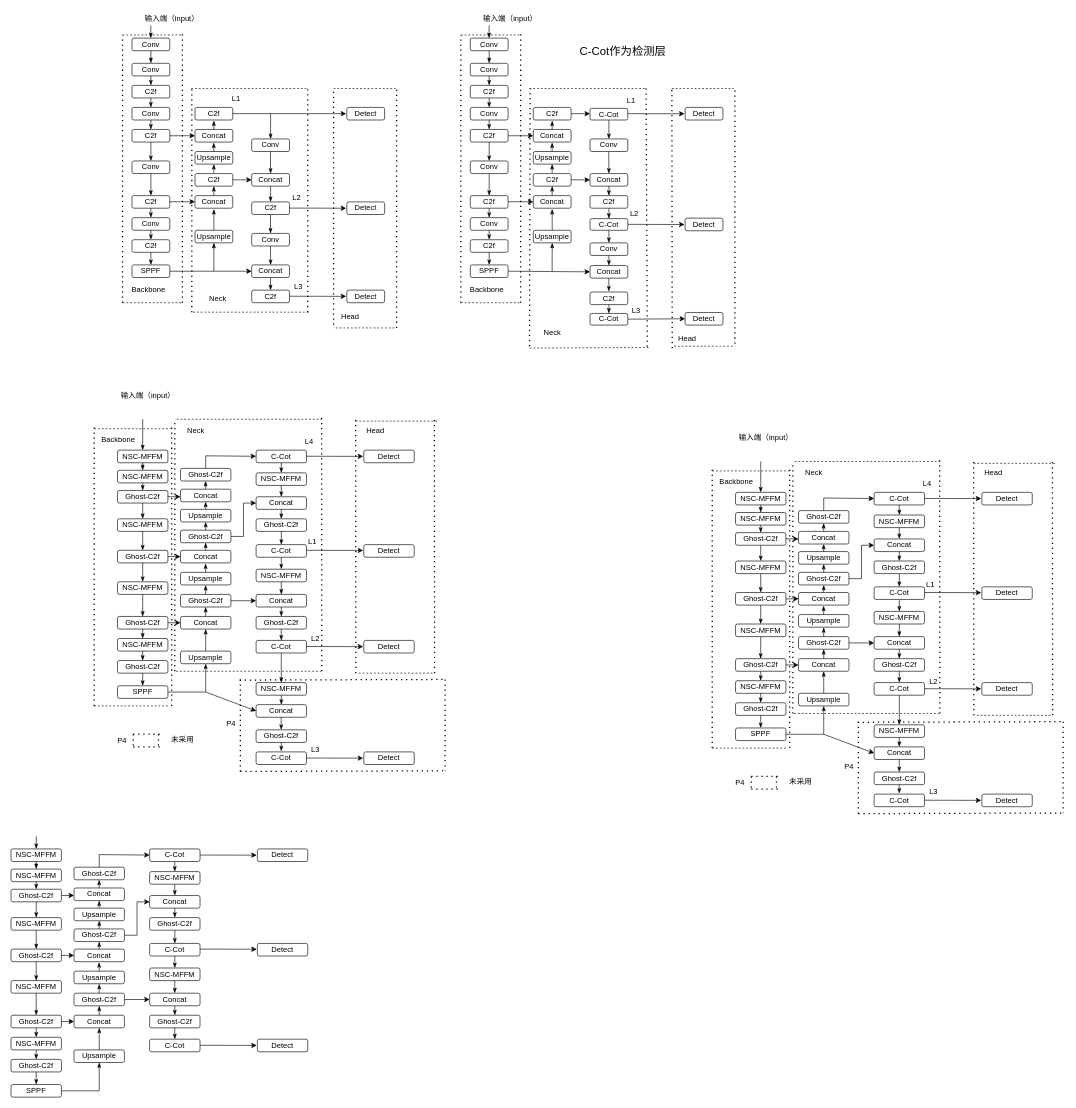
The draw.io diagram nscot_yolo.drawio in recluse99/tcp_ip, before the edit. Source tidied: cells renumbered, new cells numbered last; positions are measured from the earlier drawing's top-left corner, leaving out a move shared by most shapes. Both pictures are drawn from the tidied source at 63%, with x=0, y=0 at pixel (11, 11).
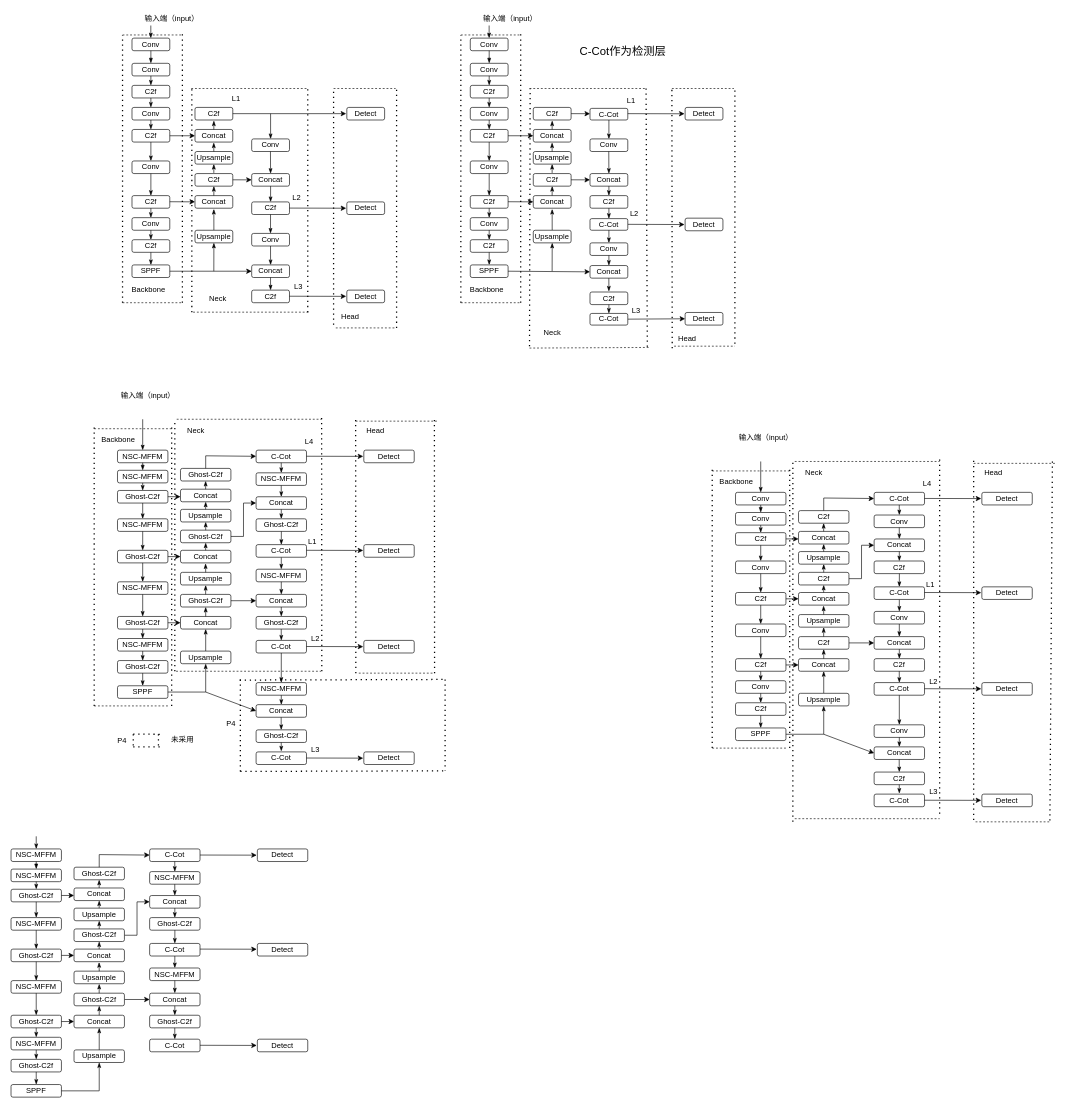
The same page after the edit.

Change to the diagram source:
```diff
@@
-    <mxCell id="334" value="NSC-MFFM" style="rounded=1;whiteSpace=wrap;html=1;" parent="1" vertex="1">
+    <mxCell id="334" value="Conv" style="rounded=1;whiteSpace=wrap;html=1;" parent="1" vertex="1">
       <mxGeometry x="1150" y="764" width="80" height="20" as="geometry" />
     </mxCell>
@@
-    <mxCell id="336" value="NSC-MFFM" style="rounded=1;whiteSpace=wrap;html=1;" parent="1" vertex="1">
+    <mxCell id="336" value="Conv" style="rounded=1;whiteSpace=wrap;html=1;" parent="1" vertex="1">
       <mxGeometry x="1150" y="796" width="80" height="20" as="geometry" />
     </mxCell>
@@
-    <mxCell id="338" value="Ghost-C2f" style="rounded=1;whiteSpace=wrap;html=1;" parent="1" vertex="1">
+    <mxCell id="338" value="C2f" style="rounded=1;whiteSpace=wrap;html=1;" parent="1" vertex="1">
       <mxGeometry x="1150" y="828" width="80" height="20" as="geometry" />
     </mxCell>
@@
-    <mxCell id="342" value="NSC-MFFM" style="rounded=1;whiteSpace=wrap;html=1;" parent="1" vertex="1">
+    <mxCell id="342" value="Conv" style="rounded=1;whiteSpace=wrap;html=1;" parent="1" vertex="1">
       <mxGeometry x="1150" y="873" width="80" height="20" as="geometry" />
     </mxCell>
@@
-    <mxCell id="344" value="Ghost-C2f" style="rounded=1;whiteSpace=wrap;html=1;" parent="1" vertex="1">
+    <mxCell id="344" value="C2f" style="rounded=1;whiteSpace=wrap;html=1;" parent="1" vertex="1">
       <mxGeometry x="1150" y="923" width="80" height="20" as="geometry" />
     </mxCell>
@@
-    <mxCell id="346" value="NSC-MFFM" style="rounded=1;whiteSpace=wrap;html=1;" parent="1" vertex="1">
+    <mxCell id="346" value="Conv" style="rounded=1;whiteSpace=wrap;html=1;" parent="1" vertex="1">
       <mxGeometry x="1150" y="973" width="80" height="20" as="geometry" />
     </mxCell>
@@
-    <mxCell id="348" value="Ghost-C2f" style="rounded=1;whiteSpace=wrap;html=1;" parent="1" vertex="1">
+    <mxCell id="348" value="C2f" style="rounded=1;whiteSpace=wrap;html=1;" parent="1" vertex="1">
       <mxGeometry x="1150" y="1028" width="80" height="20" as="geometry" />
     </mxCell>
@@
-    <mxCell id="350" value="NSC-MFFM" style="rounded=1;whiteSpace=wrap;html=1;" parent="1" vertex="1">
+    <mxCell id="350" value="Conv" style="rounded=1;whiteSpace=wrap;html=1;" parent="1" vertex="1">
       <mxGeometry x="1150" y="1063" width="80" height="20" as="geometry" />
     </mxCell>
@@
-    <mxCell id="352" value="Ghost-C2f" style="rounded=1;whiteSpace=wrap;html=1;" parent="1" vertex="1">
+    <mxCell id="352" value="C2f" style="rounded=1;whiteSpace=wrap;html=1;" parent="1" vertex="1">
       <mxGeometry x="1150" y="1098" width="80" height="20" as="geometry" />
     </mxCell>
@@
-    <mxCell id="359" value="Ghost-C2f" style="rounded=1;whiteSpace=wrap;html=1;" parent="1" vertex="1">
+    <mxCell id="359" value="C2f" style="rounded=1;whiteSpace=wrap;html=1;" parent="1" vertex="1">
       <mxGeometry x="1250" y="891" width="80" height="20" as="geometry" />
     </mxCell>
@@
-    <mxCell id="361" value="Ghost-C2f" style="rounded=1;whiteSpace=wrap;html=1;" parent="1" vertex="1">
+    <mxCell id="361" value="C2f" style="rounded=1;whiteSpace=wrap;html=1;" parent="1" vertex="1">
       <mxGeometry x="1250" y="993" width="80" height="20" as="geometry" />
     </mxCell>
@@
-    <mxCell id="364" value="NSC-MFFM" style="rounded=1;whiteSpace=wrap;html=1;" parent="1" vertex="1">
+    <mxCell id="364" value="Conv" style="rounded=1;whiteSpace=wrap;html=1;" parent="1" vertex="1">
       <mxGeometry x="1370" y="953" width="80" height="20" as="geometry" />
     </mxCell>
@@
-    <mxCell id="366" value="Ghost-C2f" style="rounded=1;whiteSpace=wrap;html=1;" parent="1" vertex="1">
+    <mxCell id="366" value="C2f" style="rounded=1;whiteSpace=wrap;html=1;" parent="1" vertex="1">
       <mxGeometry x="1370" y="1028" width="80" height="20" as="geometry" />
     </mxCell>
-    <mxCell id="367" value="NSC-MFFM" style="rounded=1;whiteSpace=wrap;html=1;" parent="1" vertex="1">
+    <mxCell id="367" value="Conv" style="rounded=1;whiteSpace=wrap;html=1;" parent="1" vertex="1">
       <mxGeometry x="1370" y="1133" width="80" height="20" as="geometry" />
     </mxCell>
@@
-    <mxCell id="369" value="Ghost-C2f" style="rounded=1;whiteSpace=wrap;html=1;" parent="1" vertex="1">
+    <mxCell id="369" value="C2f" style="rounded=1;whiteSpace=wrap;html=1;" parent="1" vertex="1">
       <mxGeometry x="1370" y="1208" width="80" height="20" as="geometry" />
     </mxCell>
@@
-    <mxCell id="389" value="Ghost-C2f" style="rounded=1;whiteSpace=wrap;html=1;" parent="1" vertex="1">
+    <mxCell id="389" value="C2f" style="rounded=1;whiteSpace=wrap;html=1;" parent="1" vertex="1">
       <mxGeometry x="1250" y="793" width="80" height="20" as="geometry" />
     </mxCell>
@@
-    <mxCell id="392" value="NSC-MFFM" style="rounded=1;whiteSpace=wrap;html=1;" parent="1" vertex="1">
+    <mxCell id="392" value="Conv" style="rounded=1;whiteSpace=wrap;html=1;" parent="1" vertex="1">
       <mxGeometry x="1370" y="800" width="80" height="20" as="geometry" />
     </mxCell>
@@
-    <mxCell id="394" value="Ghost-C2f" style="rounded=1;whiteSpace=wrap;html=1;" parent="1" vertex="1">
+    <mxCell id="394" value="C2f" style="rounded=1;whiteSpace=wrap;html=1;" parent="1" vertex="1">
       <mxGeometry x="1370" y="873" width="80" height="20" as="geometry" />
     </mxCell>
@@
-    <mxCell id="414" style="endArrow=none;dashed=1;html=1;dashPattern=1 3;strokeWidth=2;rounded=0;" parent="1" edge="1">
-      <mxGeometry relative="1" as="geometry">
-        <mxPoint x="1344" y="1129" as="sourcePoint" />
-        <mxPoint x="1670" y="1128" as="targetPoint" />
-      </mxGeometry>
-    </mxCell>
-    <mxCell id="415" style="endArrow=none;dashed=1;html=1;dashPattern=1 3;strokeWidth=2;rounded=0;" parent="1" edge="1">
-      <mxGeometry relative="1" as="geometry">
-        <mxPoint x="1345" y="1128" as="sourcePoint" />
-        <mxPoint x="1345" y="1278" as="targetPoint" />
-      </mxGeometry>
-    </mxCell>
-    <mxCell id="416" style="endArrow=none;dashed=1;html=1;dashPattern=1 3;strokeWidth=2;rounded=0;" parent="1" edge="1">
-      <mxGeometry relative="1" as="geometry">
-        <mxPoint x="1345" y="1274" as="sourcePoint" />
-        <mxPoint x="1671" y="1273" as="targetPoint" />
-      </mxGeometry>
-    </mxCell>
-    <mxCell id="417" style="endArrow=none;dashed=1;html=1;dashPattern=1 3;strokeWidth=2;rounded=0;" parent="1" edge="1">
-      <mxGeometry relative="1" as="geometry">
-        <mxPoint x="1670" y="1128" as="sourcePoint" />
-        <mxPoint x="1670" y="1273" as="targetPoint" />
-      </mxGeometry>
-    </mxCell>
-    <mxCell id="418" style="endArrow=none;dashed=1;html=1;dashPattern=1 3;strokeWidth=2;rounded=0;" parent="1" edge="1">
-      <mxGeometry relative="1" as="geometry">
-        <mxPoint x="1175" y="1214.9" as="sourcePoint" />
-        <mxPoint x="1220" y="1215" as="targetPoint" />
-      </mxGeometry>
-    </mxCell>
-    <mxCell id="419" style="endArrow=none;dashed=1;html=1;dashPattern=1 3;strokeWidth=2;rounded=0;" parent="1" edge="1">
-      <mxGeometry relative="1" as="geometry">
-        <mxPoint x="1175" y="1215" as="sourcePoint" />
-        <mxPoint x="1175" y="1235" as="targetPoint" />
-      </mxGeometry>
-    </mxCell>
-    <mxCell id="420" style="endArrow=none;dashed=1;html=1;dashPattern=1 3;strokeWidth=2;rounded=0;" parent="1" edge="1">
-      <mxGeometry relative="1" as="geometry">
-        <mxPoint x="1175" y="1235" as="sourcePoint" />
-        <mxPoint x="1220" y="1235" as="targetPoint" />
-      </mxGeometry>
-    </mxCell>
-    <mxCell id="421" style="endArrow=none;dashed=1;html=1;dashPattern=1 3;strokeWidth=2;rounded=0;" parent="1" edge="1">
-      <mxGeometry relative="1" as="geometry">
-        <mxPoint x="1215" y="1215" as="sourcePoint" />
-        <mxPoint x="1215" y="1235" as="targetPoint" />
-      </mxGeometry>
-    </mxCell>
-    <mxCell id="422" value="未采用" style="text;html=1;align=center;verticalAlign=middle;strokeColor=none;fillColor=none;" parent="1" vertex="1">
-      <mxGeometry x="1225" y="1208" width="55" height="30" as="geometry" />
-    </mxCell>
@@
-    <mxCell id="427" value="P4" style="text;html=1;align=center;verticalAlign=middle;strokeColor=none;fillColor=none;" parent="1" vertex="1">
-      <mxGeometry x="1313" y="1186" width="33" height="26" as="geometry" />
-    </mxCell>
-    <mxCell id="428" value="P4" style="text;html=1;align=center;verticalAlign=middle;strokeColor=none;fillColor=none;" parent="1" vertex="1">
-      <mxGeometry x="1140" y="1212" width="33" height="26" as="geometry" />
-    </mxCell>
@@
     <mxCell id="434" style="endArrow=none;dashed=1;html=1;dashPattern=1 3;strokeWidth=2;rounded=0;" parent="1" edge="1">
       <mxGeometry relative="1" as="geometry">
-        <mxPoint x="1241" y="1115" as="sourcePoint" />
+        <mxPoint x="1241" y="1287" as="sourcePoint" />
         <mxPoint x="1241" y="715" as="targetPoint" />
       </mxGeometry>
     </mxCell>
     <mxCell id="435" style="endArrow=none;dashed=1;html=1;rounded=0;" parent="1" edge="1">
       <mxGeometry relative="1" as="geometry">
-        <mxPoint x="1243" y="1115" as="sourcePoint" />
-        <mxPoint x="1473" y="1115" as="targetPoint" />
+        <mxPoint x="1244" y="1282" as="sourcePoint" />
+        <mxPoint x="1474" y="1282" as="targetPoint" />
       </mxGeometry>
     </mxCell>
     <mxCell id="436" style="endArrow=none;dashed=1;html=1;dashPattern=1 3;strokeWidth=2;rounded=0;" parent="1" edge="1">
       <mxGeometry relative="1" as="geometry">
-        <mxPoint x="1474.3" y="1115" as="sourcePoint" />
+        <mxPoint x="1474" y="1274" as="sourcePoint" />
         <mxPoint x="1474" y="710" as="targetPoint" />
       </mxGeometry>
     </mxCell>
@@
     <mxCell id="439" style="endArrow=none;dashed=1;html=1;dashPattern=1 3;strokeWidth=2;rounded=0;" parent="1" edge="1">
       <mxGeometry relative="1" as="geometry">
-        <mxPoint x="1528.3" y="1118" as="sourcePoint" />
+        <mxPoint x="1528" y="1284" as="sourcePoint" />
         <mxPoint x="1528" y="713" as="targetPoint" />
       </mxGeometry>
     </mxCell>
     <mxCell id="440" style="endArrow=none;dashed=1;html=1;rounded=0;" parent="1" edge="1">
       <mxGeometry relative="1" as="geometry">
-        <mxPoint x="1533" y="1118" as="sourcePoint" />
-        <mxPoint x="1653" y="1118" as="targetPoint" />
+        <mxPoint x="1531" y="1287" as="sourcePoint" />
+        <mxPoint x="1651" y="1287" as="targetPoint" />
       </mxGeometry>
     </mxCell>
     <mxCell id="441" style="endArrow=none;dashed=1;html=1;dashPattern=1 3;strokeWidth=2;rounded=0;" parent="1" edge="1">
       <mxGeometry relative="1" as="geometry">
-        <mxPoint x="1653.3" y="1118" as="sourcePoint" />
+        <mxPoint x="1649" y="1285" as="sourcePoint" />
         <mxPoint x="1653" y="713" as="targetPoint" />
       </mxGeometry>
     </mxCell>
```
